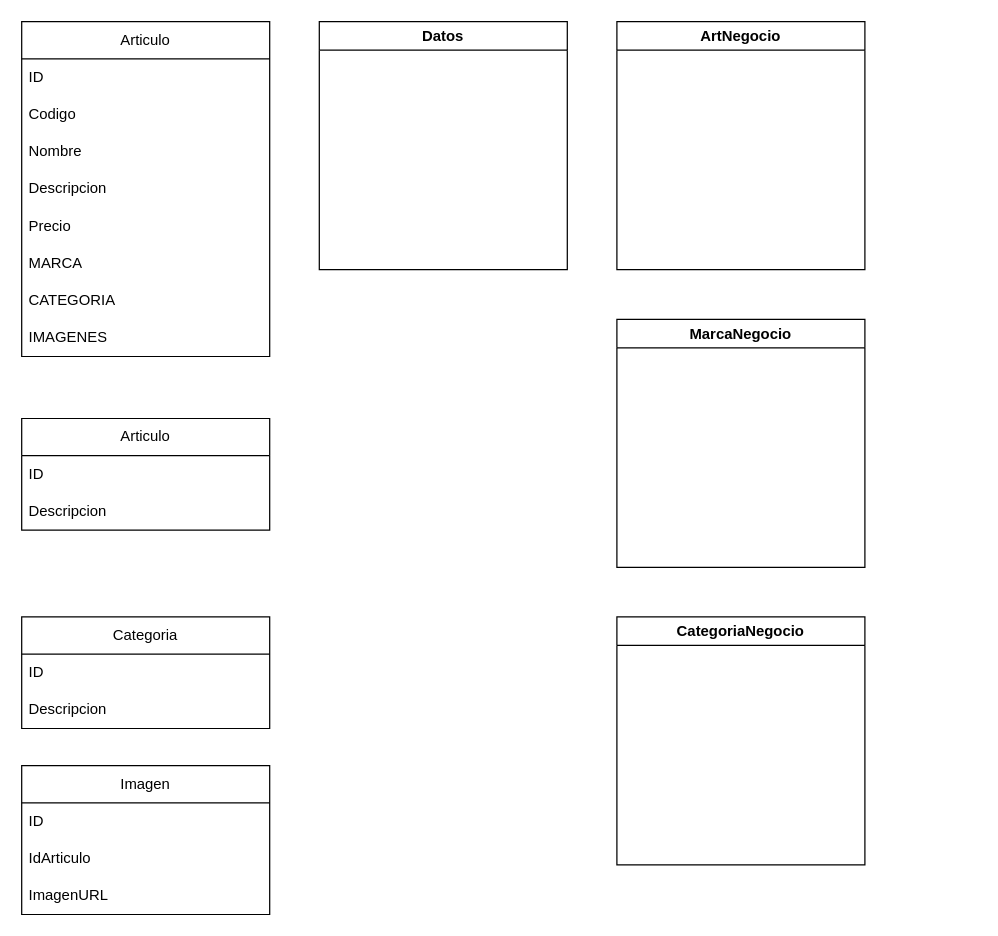
Above: docs/FormsProject.drawio.xml in Stepanuck/FormsProject (draw.io), before the change. Source tidied: cells renumbered, new cells numbered last; positions are measured from the earlier drawing's top-left corner, leaving out a move shared by most shapes. Both pictures are drawn from the tidied source at 124%, with x=0, y=0 at pixel (21, 21).
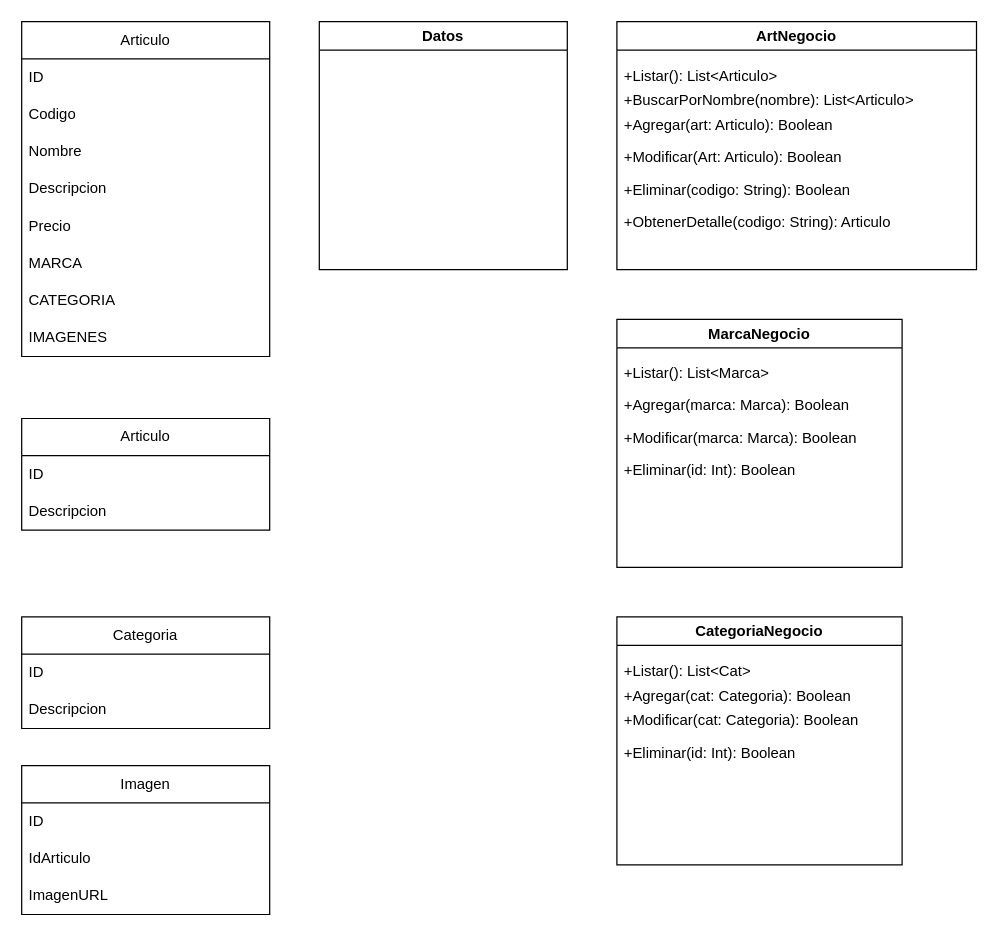
The same page after the edit.

Commit message:
C3 - Se sube V-1 de Clases de Negocios con sus Funciones en formato draw

The edit, as a diff of the source:
```diff
@@
     <mxCell id="3" value="ArtNegocio" style="swimlane;whiteSpace=wrap;html=1;startSize=23;" parent="1" vertex="1">
-      <mxGeometry x="480" width="200" height="200" as="geometry" />
+      <mxGeometry x="480" width="290" height="200" as="geometry" />
     </mxCell>
+    <mxCell id="25" value="+Listar(): List&amp;lt;Articulo&amp;gt;" style="text;strokeColor=none;fillColor=none;align=left;verticalAlign=top;spacingLeft=4;spacingRight=4;overflow=hidden;whiteSpace=wrap;html=1;" parent="3" vertex="1">
+      <mxGeometry y="30" width="160" height="26" as="geometry" />
+    </mxCell>
+    <mxCell id="26" value="+BuscarPorNombre(nombre): List&amp;lt;Articulo&amp;gt;" style="text;strokeColor=none;fillColor=none;align=left;verticalAlign=top;spacingLeft=4;spacingRight=4;overflow=hidden;whiteSpace=wrap;html=1;" parent="3" vertex="1">
+      <mxGeometry y="50" width="290" height="26" as="geometry" />
+    </mxCell>
+    <mxCell id="27" value="+Agregar(art: Articulo): Boolean" style="text;strokeColor=none;fillColor=none;align=left;verticalAlign=top;spacingLeft=4;spacingRight=4;overflow=hidden;whiteSpace=wrap;html=1;" parent="3" vertex="1">
+      <mxGeometry y="70" width="210" height="26" as="geometry" />
+    </mxCell>
+    <mxCell id="28" value="+Modificar(Art: Articulo): Boolean" style="text;strokeColor=none;fillColor=none;align=left;verticalAlign=top;spacingLeft=4;spacingRight=4;overflow=hidden;whiteSpace=wrap;html=1;" parent="3" vertex="1">
+      <mxGeometry y="96" width="190" height="26" as="geometry" />
+    </mxCell>
+    <mxCell id="29" value="+Eliminar(codigo: String): Boolean" style="text;strokeColor=none;fillColor=none;align=left;verticalAlign=top;spacingLeft=4;spacingRight=4;overflow=hidden;whiteSpace=wrap;html=1;" parent="3" vertex="1">
+      <mxGeometry y="122" width="220" height="26" as="geometry" />
+    </mxCell>
+    <mxCell id="30" value="+ObtenerDetalle(codigo: String): Articulo" style="text;strokeColor=none;fillColor=none;align=left;verticalAlign=top;spacingLeft=4;spacingRight=4;overflow=hidden;whiteSpace=wrap;html=1;" parent="3" vertex="1">
+      <mxGeometry y="148" width="280" height="26" as="geometry" />
+    </mxCell>
     <mxCell id="4" value="CategoriaNegocio" style="swimlane;whiteSpace=wrap;html=1;" parent="1" vertex="1">
-      <mxGeometry x="480" y="480" width="200" height="200" as="geometry" />
+      <mxGeometry x="480" y="480" width="230" height="200" as="geometry" />
     </mxCell>
+    <mxCell id="31" value="+Listar(): List&amp;lt;Cat&amp;gt;" style="text;strokeColor=none;fillColor=none;align=left;verticalAlign=top;spacingLeft=4;spacingRight=4;overflow=hidden;whiteSpace=wrap;html=1;" parent="4" vertex="1">
+      <mxGeometry y="30" width="160" height="26" as="geometry" />
+    </mxCell>
+    <mxCell id="32" value="+Agregar(cat: Categoria): Boolean" style="text;strokeColor=none;fillColor=none;align=left;verticalAlign=top;spacingLeft=4;spacingRight=4;overflow=hidden;whiteSpace=wrap;html=1;" parent="4" vertex="1">
+      <mxGeometry y="50" width="220" height="26" as="geometry" />
+    </mxCell>
+    <mxCell id="33" value="+Modificar(cat: Categoria): Boolean" style="text;strokeColor=none;fillColor=none;align=left;verticalAlign=top;spacingLeft=4;spacingRight=4;overflow=hidden;whiteSpace=wrap;html=1;" parent="4" vertex="1">
+      <mxGeometry y="70" width="230" height="26" as="geometry" />
+    </mxCell>
+    <mxCell id="34" value="+Eliminar(id: Int): Boolean" style="text;strokeColor=none;fillColor=none;align=left;verticalAlign=top;spacingLeft=4;spacingRight=4;overflow=hidden;whiteSpace=wrap;html=1;" parent="4" vertex="1">
+      <mxGeometry y="96" width="160" height="26" as="geometry" />
+    </mxCell>
     <mxCell id="5" value="MarcaNegocio" style="swimlane;whiteSpace=wrap;html=1;" parent="1" vertex="1">
-      <mxGeometry x="480" y="240" width="200" height="200" as="geometry" />
+      <mxGeometry x="480" y="240" width="230" height="200" as="geometry" />
     </mxCell>
+    <mxCell id="35" value="+Listar(): List&amp;lt;Marca&amp;gt;" style="text;strokeColor=none;fillColor=none;align=left;verticalAlign=top;spacingLeft=4;spacingRight=4;overflow=hidden;whiteSpace=wrap;html=1;" parent="5" vertex="1">
+      <mxGeometry y="30" width="160" height="26" as="geometry" />
+    </mxCell>
+    <mxCell id="36" value="+Agregar(marca: Marca): Boolean" style="text;strokeColor=none;fillColor=none;align=left;verticalAlign=top;spacingLeft=4;spacingRight=4;overflow=hidden;whiteSpace=wrap;html=1;" parent="5" vertex="1">
+      <mxGeometry y="56" width="220" height="26" as="geometry" />
+    </mxCell>
+    <mxCell id="37" value="+Modificar(marca: Marca): Boolean" style="text;strokeColor=none;fillColor=none;align=left;verticalAlign=top;spacingLeft=4;spacingRight=4;overflow=hidden;whiteSpace=wrap;html=1;" parent="5" vertex="1">
+      <mxGeometry y="82" width="230" height="26" as="geometry" />
+    </mxCell>
+    <mxCell id="38" value="+Eliminar(id: Int): Boolean" style="text;strokeColor=none;fillColor=none;align=left;verticalAlign=top;spacingLeft=4;spacingRight=4;overflow=hidden;whiteSpace=wrap;html=1;" parent="5" vertex="1">
+      <mxGeometry y="108" width="160" height="26" as="geometry" />
+    </mxCell>
```
